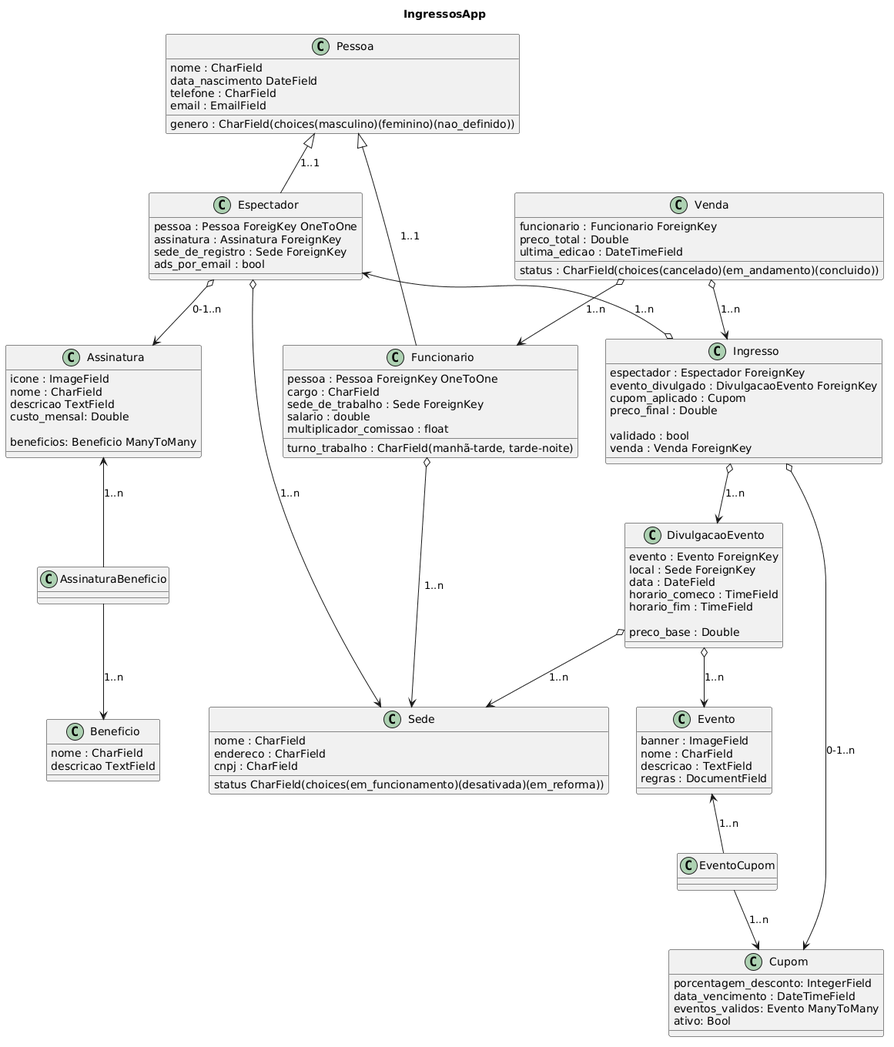
The PlantUML diagram IngressoAppUML.png in anleaes/2026-2-UDWMJ-SDM-Quinta-Manha-FAPA-02-MVT-REST, before a commit. The source it was exported from:
```plantuml
@startuml
title IngressosApp

class Pessoa{
  nome : CharField
  data_nascimento DateField
  telefone : CharField
  genero : CharField(choices(masculino)(feminino)(nao_definido))
  email : EmailField
}

class Espectador{
  pessoa : Pessoa ForeigKey OneToOne
  assinatura : Assinatura ForeignKey
  sede_de_registro : Sede ForeignKey
  ads_por_email : bool
}

class Assinatura{
  icone : ImageField
  nome : CharField
  descricao TextField
  custo_mensal: Double

  beneficios: Beneficio ManyToMany
}

class Beneficio{
  nome : CharField
  descricao TextField
}


class Funcionario{
  pessoa : Pessoa ForeignKey OneToOne
  cargo : CharField
  turno_trabalho : CharField(manhã-tarde, tarde-noite)
  sede_de_trabalho : Sede ForeignKey
  salario : double
  multiplicador_comissao : float
}

class Sede {
  nome : CharField
  endereco : CharField
  cnpj : CharField
  status CharField(choices(em_funcionamento)(desativada)(em_reforma))
}

class DivulgacaoEvento{
  evento : Evento ForeignKey
  local : Sede ForeignKey
  data : DateField
  horario_comeco : TimeField
  horario_fim : TimeField

  preco_base : Double
}

class Evento{
  banner : ImageField
  nome : CharField
  descricao : TextField
  regras : DocumentField
}

class Ingresso{
  espectador : Espectador ForeignKey
  evento_divulgado : DivulgacaoEvento ForeignKey
  cupom_aplicado : Cupom
  preco_final : Double

  validado : bool
  venda : Venda ForeignKey
}

class Venda{
  funcionario : Funcionario ForeignKey
  status : CharField(choices(cancelado)(em_andamento)(concluido))
  preco_total : Double
  ultima_edicao : DateTimeField
}

class Cupom{
  porcentagem_desconto: IntegerField
  data_vencimento : DateTimeField
  eventos_validos: Evento ManyToMany
  ativo: Bool
}

Pessoa <|-- Espectador : 1..1
Pessoa <|-- Funcionario : 1..1
Espectador o--> Assinatura : 0-1..n
Espectador o--> Sede : 1..n
Funcionario o--> Sede : 1..n

Assinatura <-- AssinaturaBeneficio : 1..n
AssinaturaBeneficio --> Beneficio : 1..n

DivulgacaoEvento o--> Evento : 1..n
DivulgacaoEvento o--> Sede : 1..n

Espectador <--o Ingresso : 1..n
Ingresso o--> Cupom : 0-1..n
Ingresso o--> DivulgacaoEvento : 1..n

Venda o--> Funcionario : 1..n
Venda o--> Ingresso : 1..n

Evento <-- EventoCupom : 1..n
EventoCupom --> Cupom : 1..n
@enduml
```
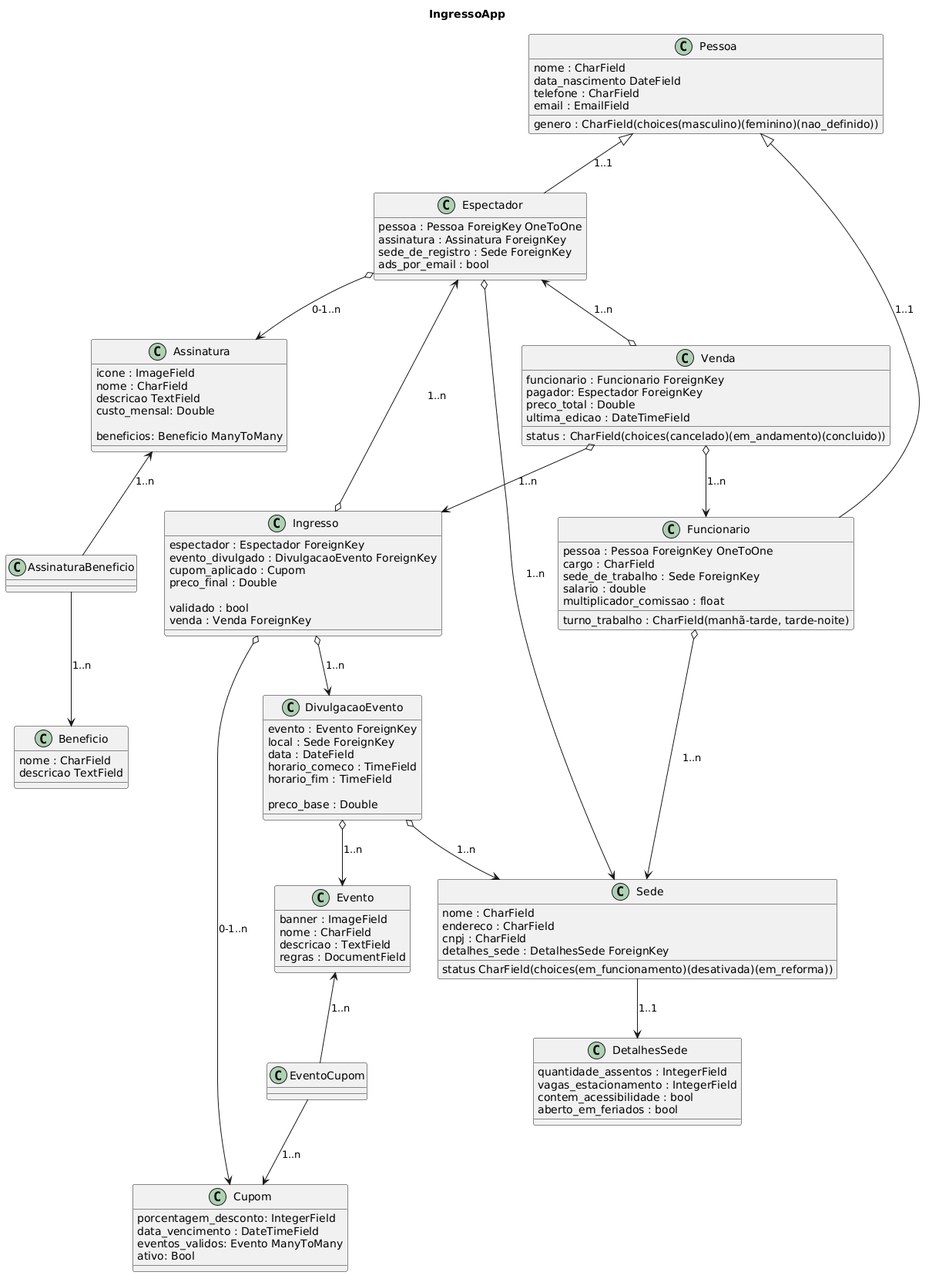
The same file after the commit.

Commit message:
atualizado diagrama de classes

What changed in the source:
```diff
@@ -1,5 +1,5 @@
 @startuml
-title IngressosApp
+title IngressoApp
 
 class Pessoa{
   nome : CharField
@@ -45,7 +45,17 @@
   endereco : CharField
   cnpj : CharField
   status CharField(choices(em_funcionamento)(desativada)(em_reforma))
+  detalhes_sede : DetalhesSede ForeignKey
 }
+
+class DetalhesSede {
+  quantidade_assentos : IntegerField
+  vagas_estacionamento : IntegerField
+  contem_acessibilidade : bool
+  aberto_em_feriados : bool
+}
+
+
 
 class DivulgacaoEvento{
   evento : Evento ForeignKey
@@ -76,6 +86,7 @@
 
 class Venda{
   funcionario : Funcionario ForeignKey
+  pagador: Espectador ForeignKey
   status : CharField(choices(cancelado)(em_andamento)(concluido))
   preco_total : Double
   ultima_edicao : DateTimeField
@@ -109,4 +120,8 @@
 
 Evento <-- EventoCupom : 1..n
 EventoCupom --> Cupom : 1..n
+
+Espectador <--o Venda : 1..n
+
+Sede --> DetalhesSede : 1..1
 @enduml
```
